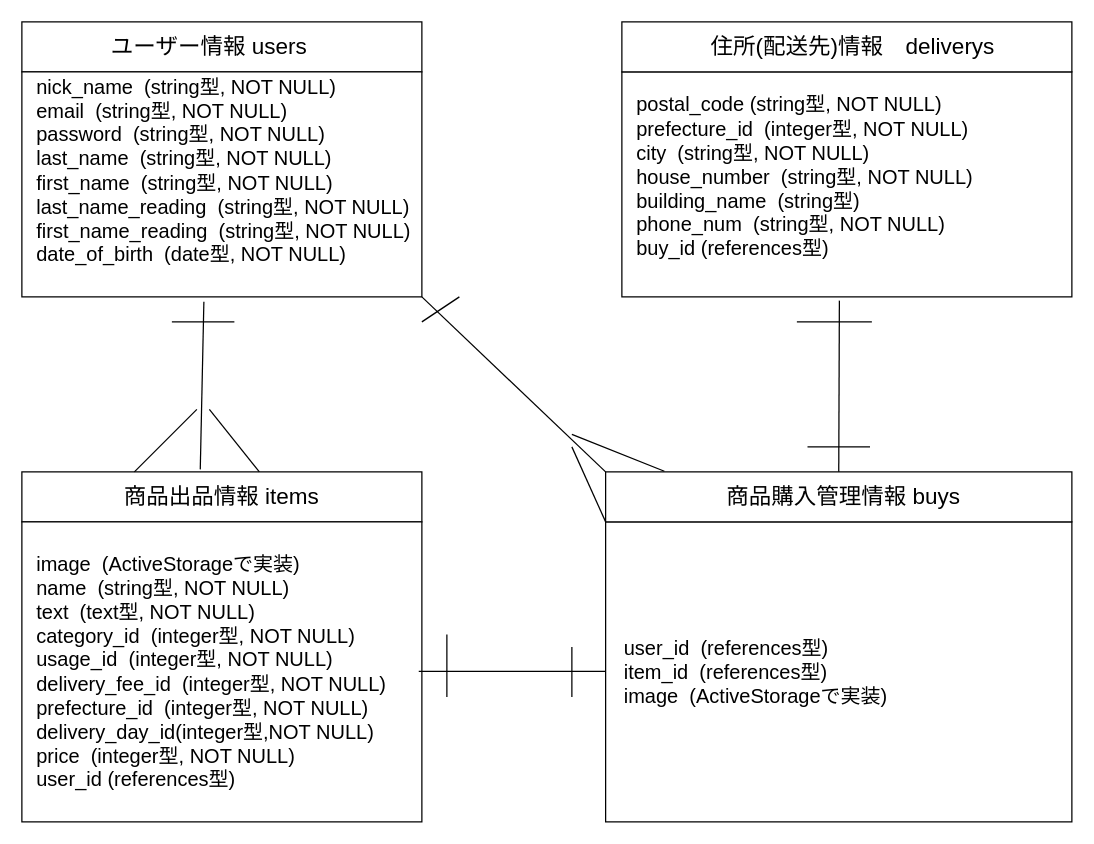
Before: furima.dio in kittan-hub/furima-31661, a draw.io diagram. Source tidied: cells renumbered, new cells numbered last; positions are measured from the earlier drawing's top-left corner, leaving out a move shared by most shapes. Both pictures are drawn from the tidied source at 125%, with x=0, y=0 at pixel (21, 21).
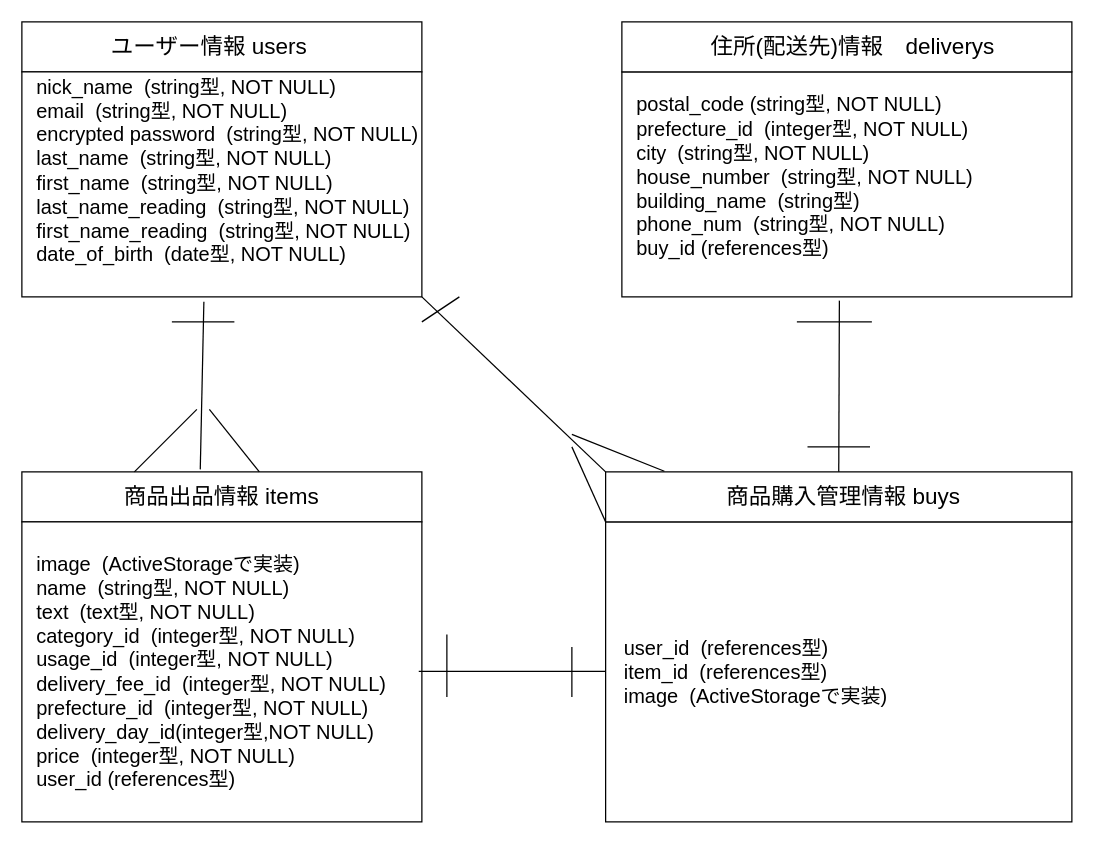
After the change.

Commit message (it also covers changes not shown here):
usersテーブルのpasswordカラムの誤字修正

What changed in the source:
```diff
@@
-    <mxCell id="5" value="nick_name&amp;nbsp; (string型, NOT NULL)&lt;br style=&quot;font-size: 16px&quot;&gt;email&amp;nbsp; (string型, NOT NULL)&lt;br style=&quot;font-size: 16px&quot;&gt;password&amp;nbsp; (string型, NOT NULL)&lt;br style=&quot;font-size: 16px&quot;&gt;last_name&amp;nbsp; (string型, NOT NULL)&lt;br style=&quot;font-size: 16px&quot;&gt;first_name&amp;nbsp; (string型, NOT NULL)&lt;br&gt;last_name_reading&amp;nbsp; (string型, NOT NULL)&lt;br style=&quot;font-size: 16px&quot;&gt;first_name_reading&amp;nbsp; (string型, NOT NULL)&lt;br style=&quot;font-size: 16px&quot;&gt;date_of_birth&amp;nbsp; (date型, NOT NULL)" style="text;html=1;strokeColor=none;fillColor=none;align=left;verticalAlign=middle;whiteSpace=wrap;rounded=0;fontSize=16;" parent="1" vertex="1">
+    <mxCell id="5" value="nick_name&amp;nbsp; (string型, NOT NULL)&lt;br style=&quot;font-size: 16px&quot;&gt;email&amp;nbsp; (string型, NOT NULL)&lt;br style=&quot;font-size: 16px&quot;&gt;encrypted password&amp;nbsp; (string型, NOT NULL)&lt;br style=&quot;font-size: 16px&quot;&gt;last_name&amp;nbsp; (string型, NOT NULL)&lt;br style=&quot;font-size: 16px&quot;&gt;first_name&amp;nbsp; (string型, NOT NULL)&lt;br&gt;last_name_reading&amp;nbsp; (string型, NOT NULL)&lt;br style=&quot;font-size: 16px&quot;&gt;first_name_reading&amp;nbsp; (string型, NOT NULL)&lt;br style=&quot;font-size: 16px&quot;&gt;date_of_birth&amp;nbsp; (date型, NOT NULL)" style="text;html=1;strokeColor=none;fillColor=none;align=left;verticalAlign=middle;whiteSpace=wrap;rounded=0;fontSize=16;" parent="1" vertex="1">
       <mxGeometry x="10" y="39" width="360" height="160" as="geometry" />
     </mxCell>
```
